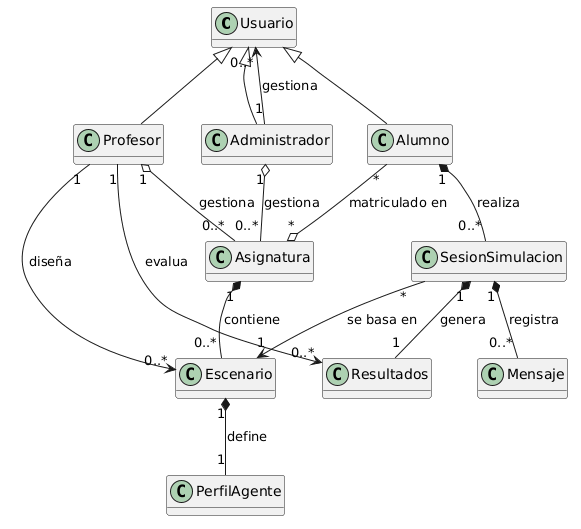
Before: modeloDeDominio/diagramaDeClases/diagramaDeclases.png, a diagram exported from PlantUML (JLRG806/omni-sim-tfg). Its source is kept beside it as modeloDeDominio/diagramaDeClases/diagramaDeclases.puml. The source it was exported from:
```plantuml
@startuml
skinparam classAttributeIconSize 0
hide methods

class Usuario
class Administrador
class Profesor
class Alumno

class Asignatura

class Escenario
class PerfilAgente

class SesionSimulacion
class Mensaje
class Resultados

Usuario <|-- Administrador
Usuario <|-- Profesor
Usuario <|-- Alumno

Administrador "1" --> "0..*" Usuario : gestiona

Administrador "1" o-- "0..*" Asignatura : gestiona
Profesor "1" o-- "0..*" Asignatura : gestiona
Alumno "*" --o "*" Asignatura : matriculado en

Asignatura "1" *-- "0..*" Escenario : contiene
Profesor "1" --> "0..*" Escenario : diseña
Escenario "1" *-- "1" PerfilAgente : define

Alumno "1" *-- "0..*" SesionSimulacion : realiza
SesionSimulacion "*" --> "1" Escenario : se basa en
SesionSimulacion "1" *-- "1" Resultados : genera

Profesor "1" --> "0..*" Resultados : evalua

SesionSimulacion "1" *-- "0..*" Mensaje : registra
@enduml
```
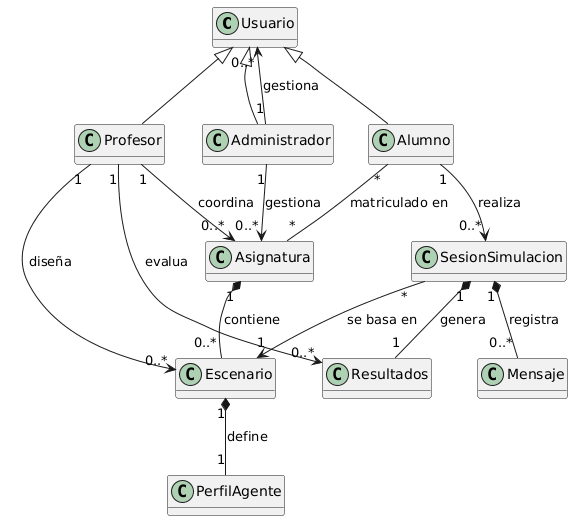
After the change.

Commit message:
fix: Correct relationship notation in class diagram for clarity

The edit, as a diff of the source:
```diff
@@ -22,15 +22,15 @@
 
 Administrador "1" --> "0..*" Usuario : gestiona
 
-Administrador "1" o-- "0..*" Asignatura : gestiona
-Profesor "1" o-- "0..*" Asignatura : gestiona
-Alumno "*" --o "*" Asignatura : matriculado en
+Administrador "1" --> "0..*" Asignatura : gestiona
+Profesor "1" --> "0..*" Asignatura : coordina
+Alumno "*" -- "*" Asignatura : matriculado en
 
 Asignatura "1" *-- "0..*" Escenario : contiene
 Profesor "1" --> "0..*" Escenario : diseña
 Escenario "1" *-- "1" PerfilAgente : define
 
-Alumno "1" *-- "0..*" SesionSimulacion : realiza
+Alumno "1" --> "0..*" SesionSimulacion : realiza
 SesionSimulacion "*" --> "1" Escenario : se basa en
 SesionSimulacion "1" *-- "1" Resultados : genera
 
```
